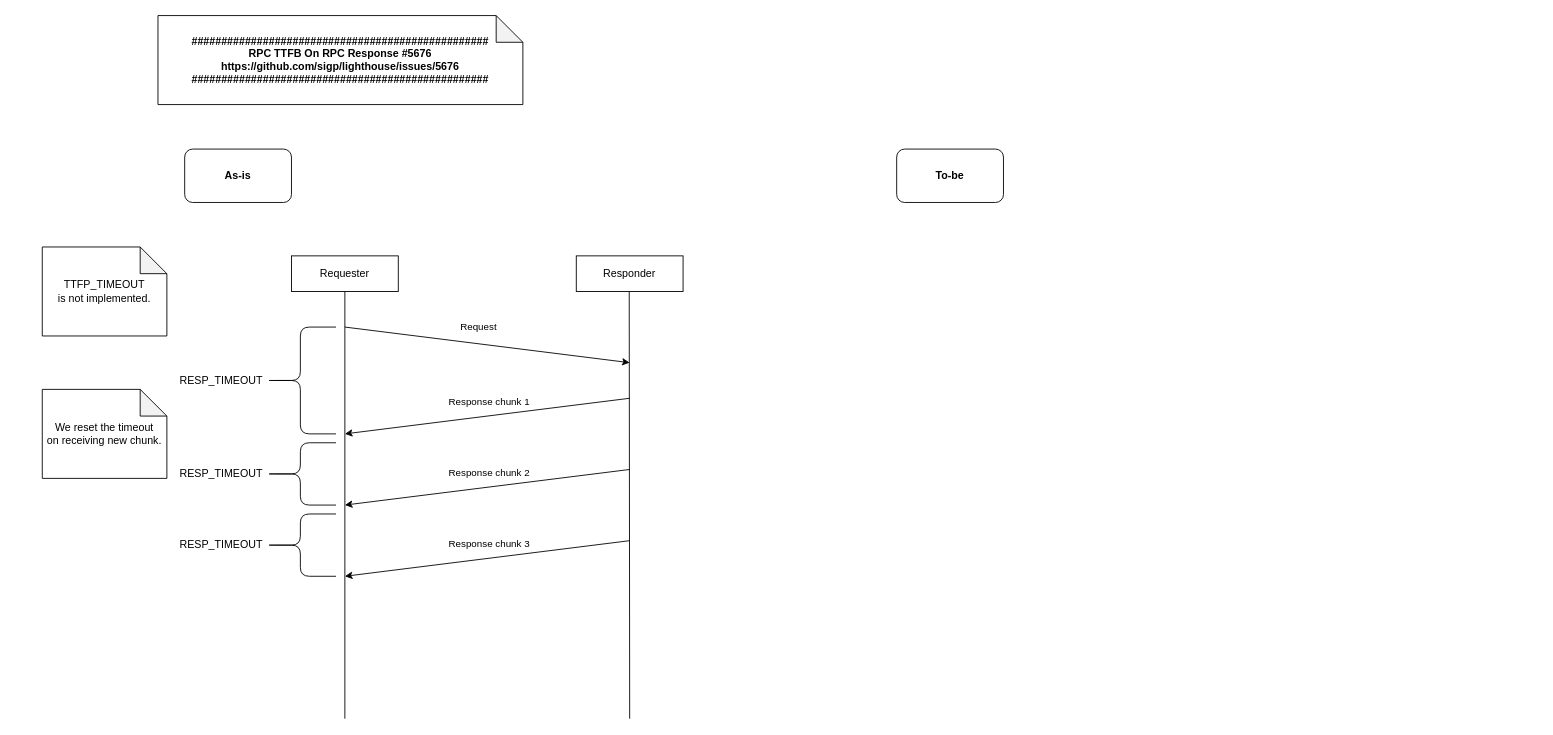
ackintosh/sandbox keeps this draw.io diagram as lighthouse/rpc_timeout/timeout.drawio. Above is the earlier version. Source tidied: cells renumbered, new cells numbered last; positions are measured from the earlier drawing's top-left corner, leaving out a move shared by most shapes. Both pictures are drawn from the tidied source at 89%, with x=0, y=0 at pixel (42, 15).
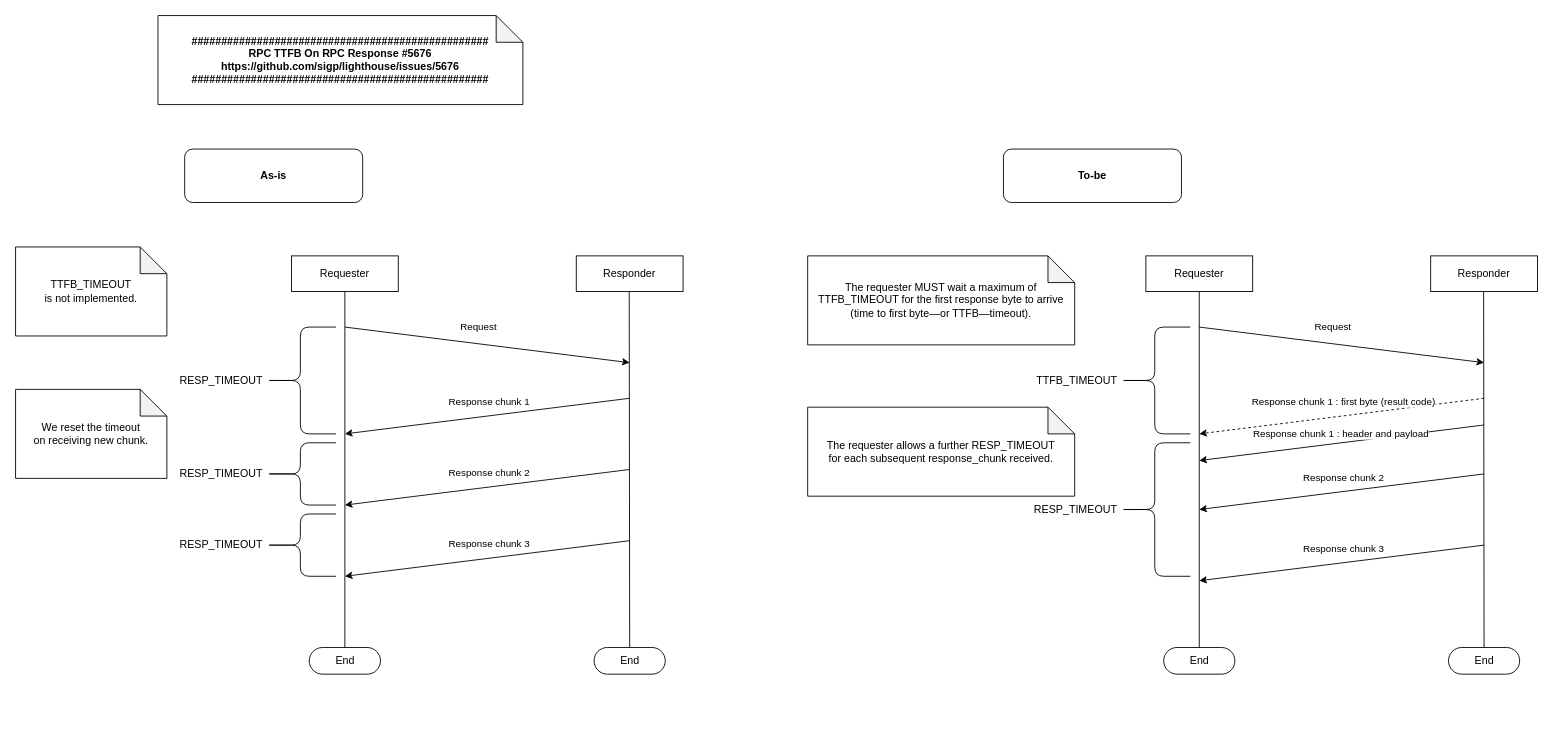
The same page after the edit.

Unchanged cells that the change refers to:
```xml
<mxCell id="5" value="Requester" style="rounded=0;whiteSpace=wrap;html=1;fontStyle=0;" parent="1" vertex="1">
  <mxGeometry x="280" y="270" width="120" height="40" as="geometry" />
</mxCell>
```

Diff of the diagram source:
```diff
@@
     <mxCell id="3" value="As-is" style="rounded=1;whiteSpace=wrap;html=1;fontStyle=1;" parent="1" vertex="1">
-      <mxGeometry x="160" y="150" width="120" height="60" as="geometry" />
+      <mxGeometry x="160" y="150" width="200" height="60" as="geometry" />
     </mxCell>
     <mxCell id="4" value="To-be" style="rounded=1;whiteSpace=wrap;html=1;fontStyle=1;" parent="1" vertex="1">
-      <mxGeometry x="960" y="150" width="120" height="60" as="geometry" />
+      <mxGeometry x="1080" y="150" width="200" height="60" as="geometry" />
     </mxCell>
@@
     <mxCell id="7" style="endArrow=none;html=1;entryX=0.5;entryY=1;entryDx=0;entryDy=0;" parent="1" edge="1" target="5">
       <mxGeometry relative="1" as="geometry">
-        <mxPoint x="340" y="790" as="sourcePoint" />
+        <mxPoint x="340" y="710" as="sourcePoint" />
       </mxGeometry>
     </mxCell>
     <mxCell id="8" style="endArrow=none;html=1;entryX=0.5;entryY=1;entryDx=0;entryDy=0;" parent="1" edge="1">
       <mxGeometry relative="1" as="geometry">
-        <mxPoint x="660" y="790" as="sourcePoint" />
+        <mxPoint x="660" y="710" as="sourcePoint" />
         <mxPoint x="659.5" y="310" as="targetPoint" />
       </mxGeometry>
     </mxCell>
@@
     <mxCell id="20" value="We reset the timeout &lt;br&gt;on receiving new chunk." style="shape=note;whiteSpace=wrap;html=1;backgroundOutline=1;darkOpacity=0.05;" parent="1" vertex="1">
-      <mxGeometry y="420" width="140" height="100" as="geometry" />
+      <mxGeometry x="-30" y="420" width="170" height="100" as="geometry" />
     </mxCell>
-    <mxCell id="21" value="TTFP_TIMEOUT&lt;br&gt;is not implemented." style="shape=note;whiteSpace=wrap;html=1;backgroundOutline=1;darkOpacity=0.05;" parent="1" vertex="1">
-      <mxGeometry y="260" width="140" height="100" as="geometry" />
+    <mxCell id="21" value="TTFB_TIMEOUT&lt;br&gt;is not implemented." style="shape=note;whiteSpace=wrap;html=1;backgroundOutline=1;darkOpacity=0.05;" parent="1" vertex="1">
+      <mxGeometry x="-30" y="260" width="170" height="100" as="geometry" />
     </mxCell>
+    <mxCell id="22" value="Requester" style="rounded=0;whiteSpace=wrap;html=1;fontStyle=0;" parent="1" vertex="1">
+      <mxGeometry x="1240" y="270" width="120" height="40" as="geometry" />
+    </mxCell>
+    <mxCell id="23" value="Responder" style="rounded=0;whiteSpace=wrap;html=1;fontStyle=0;" parent="1" vertex="1">
+      <mxGeometry x="1560" y="270" width="120" height="40" as="geometry" />
+    </mxCell>
+    <mxCell id="24" style="endArrow=none;html=1;entryX=0.5;entryY=1;entryDx=0;entryDy=0;" parent="1" edge="1" target="22">
+      <mxGeometry relative="1" as="geometry">
+        <mxPoint x="1300" y="710" as="sourcePoint" />
+      </mxGeometry>
+    </mxCell>
+    <mxCell id="25" style="endArrow=none;html=1;entryX=0.5;entryY=1;entryDx=0;entryDy=0;" parent="1" edge="1">
+      <mxGeometry relative="1" as="geometry">
+        <mxPoint x="1620" y="710" as="sourcePoint" />
+        <mxPoint x="1619.5" y="310" as="targetPoint" />
+      </mxGeometry>
+    </mxCell>
+    <mxCell id="26" style="endArrow=classic;html=1;" parent="1" edge="1">
+      <mxGeometry relative="1" as="geometry">
+        <mxPoint x="1300" y="350" as="sourcePoint" />
+        <mxPoint x="1620" y="390" as="targetPoint" />
+      </mxGeometry>
+    </mxCell>
+    <mxCell id="27" value="Request" style="edgeLabel;html=1;align=center;verticalAlign=middle;" parent="26" vertex="1">
+      <mxGeometry x="-0.16" y="2" relative="1" as="geometry">
+        <mxPoint x="15" y="-15" as="offset" />
+      </mxGeometry>
+    </mxCell>
+    <mxCell id="28" style="endArrow=classic;html=1;dashed=1;" parent="1" edge="1">
+      <mxGeometry relative="1" as="geometry">
+        <mxPoint x="1620" y="430" as="sourcePoint" />
+        <mxPoint x="1300" y="470" as="targetPoint" />
+      </mxGeometry>
+    </mxCell>
+    <mxCell id="29" value="Response chunk 1 : first byte (result code)" style="edgeLabel;html=1;align=center;verticalAlign=middle;" parent="28" vertex="1">
+      <mxGeometry x="-0.16" y="2" relative="1" as="geometry">
+        <mxPoint x="-25" y="-15" as="offset" />
+      </mxGeometry>
+    </mxCell>
+    <mxCell id="30" style="endArrow=classic;html=1;" parent="1" edge="1">
+      <mxGeometry relative="1" as="geometry">
+        <mxPoint x="1620" y="515" as="sourcePoint" />
+        <mxPoint x="1300" y="555" as="targetPoint" />
+      </mxGeometry>
+    </mxCell>
+    <mxCell id="31" value="Response chunk 2" style="edgeLabel;html=1;align=center;verticalAlign=middle;" parent="30" vertex="1">
+      <mxGeometry x="-0.16" y="2" relative="1" as="geometry">
+        <mxPoint x="-25" y="-15" as="offset" />
+      </mxGeometry>
+    </mxCell>
+    <mxCell id="32" style="endArrow=classic;html=1;" parent="1" edge="1">
+      <mxGeometry relative="1" as="geometry">
+        <mxPoint x="1620" y="595" as="sourcePoint" />
+        <mxPoint x="1300" y="635" as="targetPoint" />
+      </mxGeometry>
+    </mxCell>
+    <mxCell id="33" value="Response chunk 3" style="edgeLabel;html=1;align=center;verticalAlign=middle;" parent="32" vertex="1">
+      <mxGeometry x="-0.16" y="2" relative="1" as="geometry">
+        <mxPoint x="-25" y="-15" as="offset" />
+      </mxGeometry>
+    </mxCell>
+    <mxCell id="34" value="RESP_TIMEOUT" style="shape=curlyBracket;whiteSpace=wrap;html=1;rounded=1;labelPosition=left;verticalLabelPosition=middle;align=right;verticalAlign=middle;" parent="1" vertex="1">
+      <mxGeometry x="1210" y="480" width="80" height="150" as="geometry" />
+    </mxCell>
+    <mxCell id="35" value="TTFB_TIMEOUT" style="shape=curlyBracket;whiteSpace=wrap;html=1;rounded=1;labelPosition=left;verticalLabelPosition=middle;align=right;verticalAlign=middle;" parent="1" vertex="1">
+      <mxGeometry x="1210" y="350" width="80" height="120" as="geometry" />
+    </mxCell>
+    <mxCell id="36" style="endArrow=classic;html=1;" parent="1" edge="1">
+      <mxGeometry relative="1" as="geometry">
+        <mxPoint x="1620" y="460" as="sourcePoint" />
+        <mxPoint x="1300" y="500" as="targetPoint" />
+      </mxGeometry>
+    </mxCell>
+    <mxCell id="37" value="Response chunk 1 : header and payload" style="edgeLabel;html=1;align=center;verticalAlign=middle;" parent="36" vertex="1">
+      <mxGeometry x="-0.16" y="2" relative="1" as="geometry">
+        <mxPoint x="-28" y="-9" as="offset" />
+      </mxGeometry>
+    </mxCell>
+    <mxCell id="38" value="The requester MUST wait a maximum of TTFB_TIMEOUT for the first response byte to arrive (time to first byte—or TTFB—timeout)." style="shape=note;whiteSpace=wrap;html=1;backgroundOutline=1;darkOpacity=0.05;" parent="1" vertex="1">
+      <mxGeometry x="860" y="270" width="300" height="100" as="geometry" />
+    </mxCell>
+    <mxCell id="39" value="The requester allows a further RESP_TIMEOUT &lt;br&gt;for each subsequent response_chunk received." style="shape=note;whiteSpace=wrap;html=1;backgroundOutline=1;darkOpacity=0.05;" parent="1" vertex="1">
+      <mxGeometry x="860" y="440" width="300" height="100" as="geometry" />
+    </mxCell>
+    <mxCell id="40" value="End" style="html=1;dashed=0;whitespace=wrap;shape=mxgraph.dfd.start;" parent="1" vertex="1">
+      <mxGeometry x="300" y="710" width="80" height="30" as="geometry" />
+    </mxCell>
+    <mxCell id="41" value="End" style="html=1;dashed=0;whitespace=wrap;shape=mxgraph.dfd.start;" parent="1" vertex="1">
+      <mxGeometry x="620" y="710" width="80" height="30" as="geometry" />
+    </mxCell>
+    <mxCell id="42" value="End" style="html=1;dashed=0;whitespace=wrap;shape=mxgraph.dfd.start;" parent="1" vertex="1">
+      <mxGeometry x="1260" y="710" width="80" height="30" as="geometry" />
+    </mxCell>
+    <mxCell id="43" value="End" style="html=1;dashed=0;whitespace=wrap;shape=mxgraph.dfd.start;" parent="1" vertex="1">
+      <mxGeometry x="1580" y="710" width="80" height="30" as="geometry" />
+    </mxCell>
```
